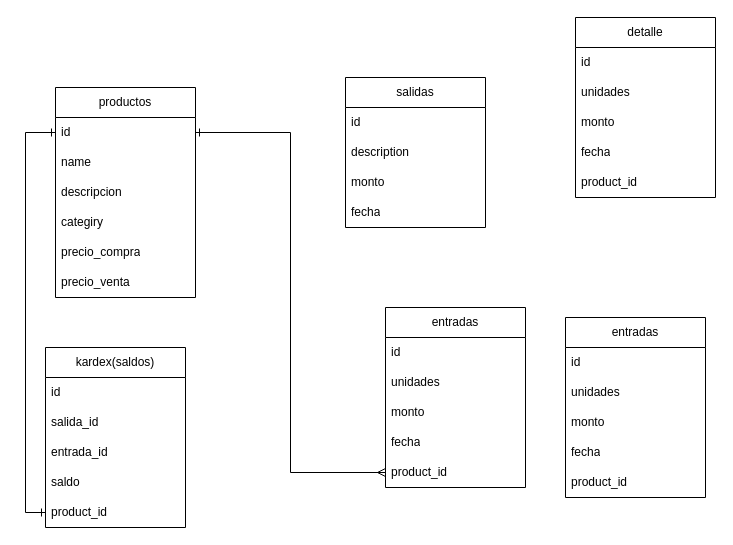
Above: sistema_inventarios.drawio in MasterJhonny/diagramas (draw.io), before the change. Source tidied: cells renumbered, new cells numbered last; positions are measured from the earlier drawing's top-left corner, leaving out a move shared by most shapes. Both pictures are drawn from the tidied source at 100%, with x=0, y=0 at pixel (45, 17).
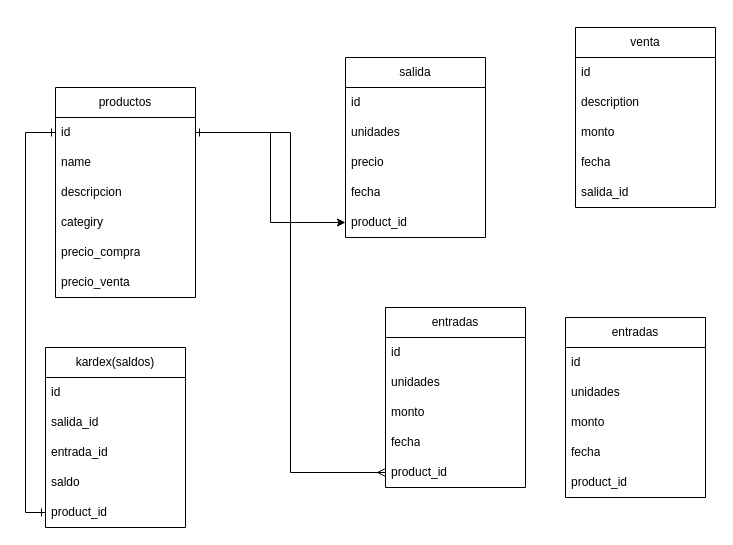
After the change.

Unchanged cells that the change refers to:
```xml
<mxCell id="3" value="id" style="text;strokeColor=none;fillColor=none;align=left;verticalAlign=middle;spacingLeft=4;spacingRight=4;overflow=hidden;points=[[0,0.5],[1,0.5]];portConstraint=eastwest;whiteSpace=wrap;html=1;" parent="2" vertex="1">
  <mxGeometry y="30" width="140" height="30" as="geometry" />
</mxCell>
<mxCell id="33" value="product_id" style="text;strokeColor=none;fillColor=none;align=left;verticalAlign=middle;spacingLeft=4;spacingRight=4;overflow=hidden;points=[[0,0.5],[1,0.5]];portConstraint=eastwest;whiteSpace=wrap;html=1;" parent="28" vertex="1">
  <mxGeometry y="150" width="140" height="30" as="geometry" />
</mxCell>
```

The edit, as a diff of the source:
```diff
@@
-    <mxCell id="9" value="salidas" style="swimlane;fontStyle=0;horizontal=1;startSize=30;whiteSpace=wrap;html=1;" parent="1" vertex="1">
-      <mxGeometry x="300" y="60" width="140" height="150" as="geometry" />
+    <mxCell id="9" value="venta" style="swimlane;fontStyle=0;horizontal=1;startSize=30;whiteSpace=wrap;html=1;" parent="1" vertex="1">
+      <mxGeometry x="530" y="10" width="140" height="180" as="geometry" />
     </mxCell>
@@
+    <mxCell id="40" value="salida_id" style="text;strokeColor=none;fillColor=none;align=left;verticalAlign=middle;spacingLeft=4;spacingRight=4;overflow=hidden;whiteSpace=wrap;html=1;" parent="9" vertex="1">
+      <mxGeometry y="150" width="140" height="30" as="geometry" />
+    </mxCell>
@@
-    <mxCell id="28" value="detalle" style="swimlane;fontStyle=0;horizontal=1;startSize=30;whiteSpace=wrap;html=1;" parent="1" vertex="1">
-      <mxGeometry x="530" width="140" height="180" as="geometry" />
+    <mxCell id="28" value="salida" style="swimlane;fontStyle=0;horizontal=1;startSize=30;whiteSpace=wrap;html=1;" parent="1" vertex="1">
+      <mxGeometry x="300" y="40" width="140" height="180" as="geometry" />
     </mxCell>
@@
-    <mxCell id="31" value="monto" style="text;strokeColor=none;fillColor=none;align=left;verticalAlign=middle;spacingLeft=4;spacingRight=4;overflow=hidden;whiteSpace=wrap;html=1;" parent="28" vertex="1">
+    <mxCell id="31" value="precio" style="text;strokeColor=none;fillColor=none;align=left;verticalAlign=middle;spacingLeft=4;spacingRight=4;overflow=hidden;whiteSpace=wrap;html=1;" parent="28" vertex="1">
       <mxGeometry y="90" width="140" height="30" as="geometry" />
     </mxCell>
@@
+    <mxCell id="41" style="edgeStyle=orthogonalEdgeStyle;rounded=0;jettySize=auto;html=1;entryX=0;entryY=0.5;entryDx=0;entryDy=0;" parent="1" edge="1" source="3" target="33">
+      <mxGeometry relative="1" as="geometry" />
+    </mxCell>
```
